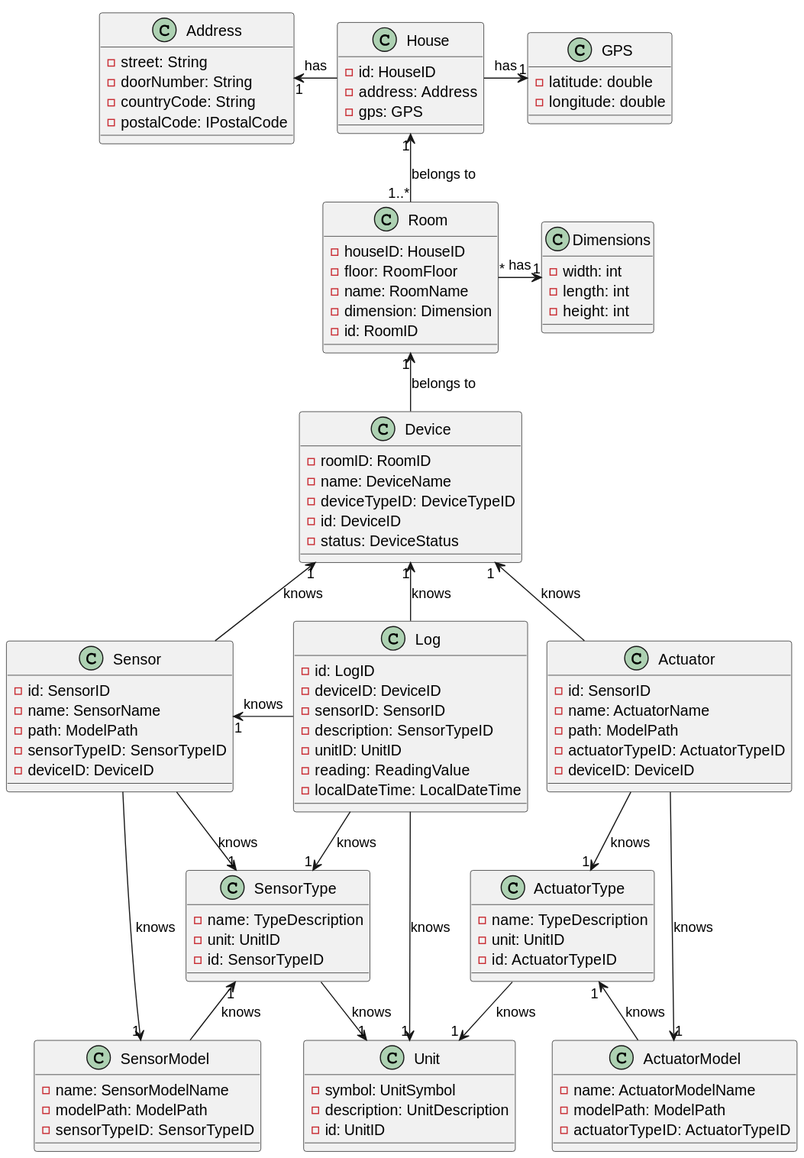
olivDiogo/SmartHome keeps this PlantUML diagram as docs/ooa/1.domainDiagram/domainDiagram_v4.svg. Above is the earlier version.
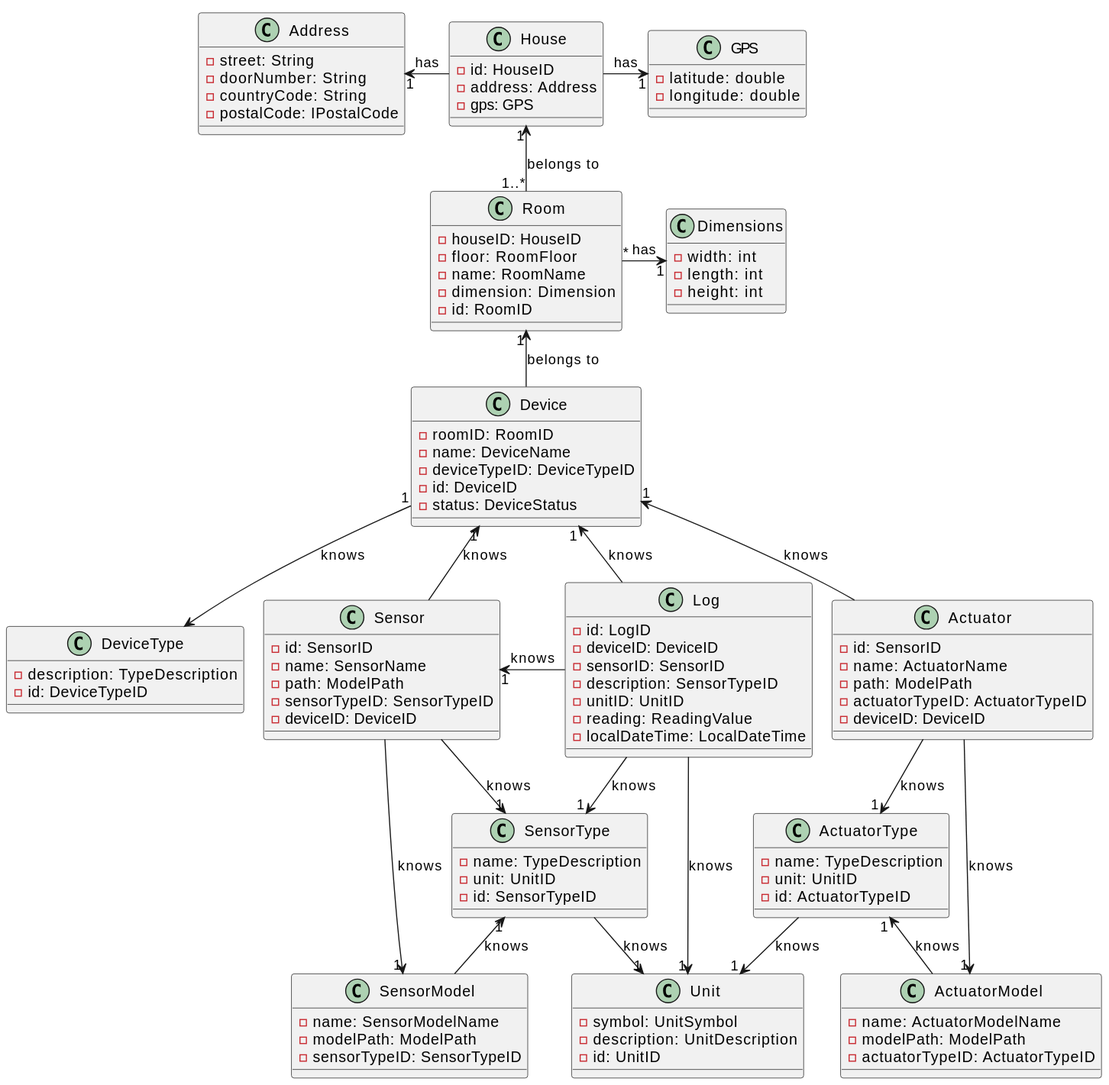
After the commit.

Commit message:
closes #537 fix: update domain diagrams

Change to the diagram source:
```diff
@@ -41,6 +41,11 @@
     -deviceTypeID: DeviceTypeID
     -id: DeviceID
     -status: DeviceStatus
+}
+
+class DeviceType {
+    -description: TypeDescription
+    -id: DeviceTypeID
 }
 
 class Sensor {
@@ -106,6 +111,7 @@
 Room "*" -right-> "1" Dimensions : has
 Device "1" <-- Sensor : knows
 Device "1" <-- Actuator : knows
+Device "1" --> DeviceType : knows
 Sensor --> "1" SensorType : knows
 
 Actuator --> "1" ActuatorType : knows
```
